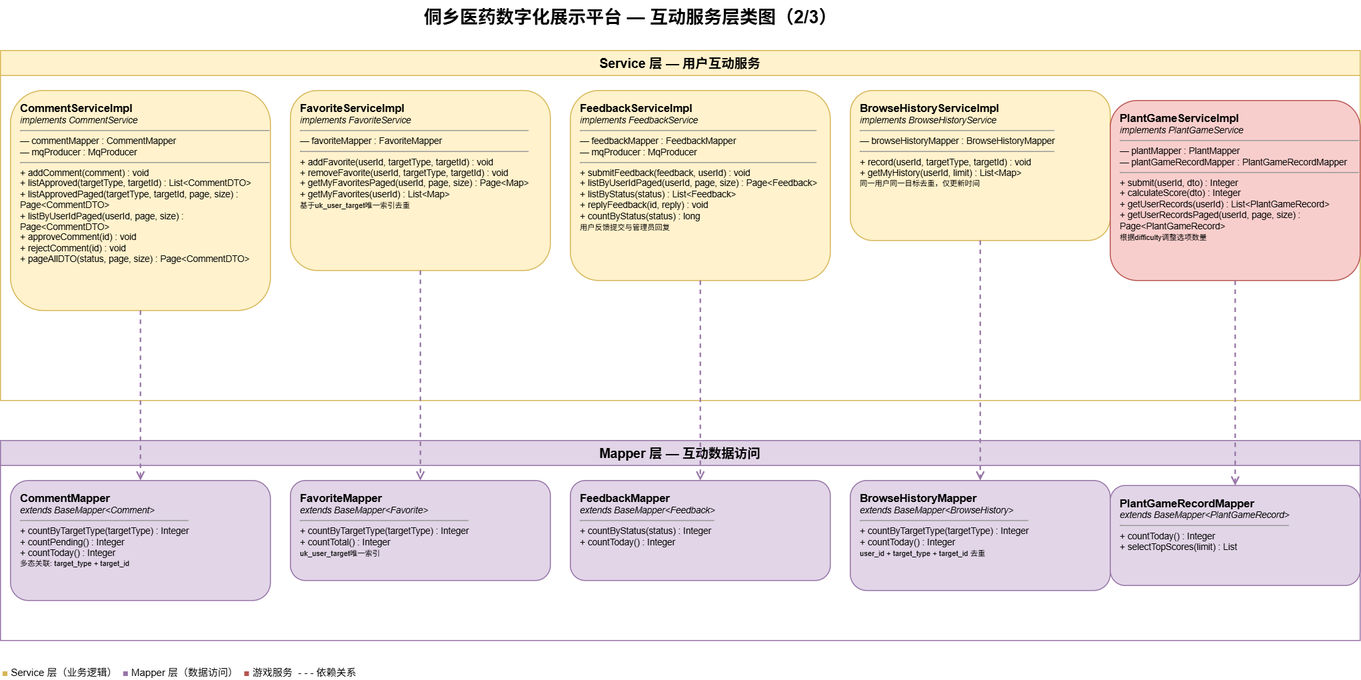
This is docs/diagrams-png/class-service-interaction.drawio.png from yhe3603-star/Graduation-Project, a draw.io export, as it was before one commit. Source tidied: cells renumbered, new cells last; positions are measured from the earlier drawing's top-left corner, leaving out a move shared by most shapes.
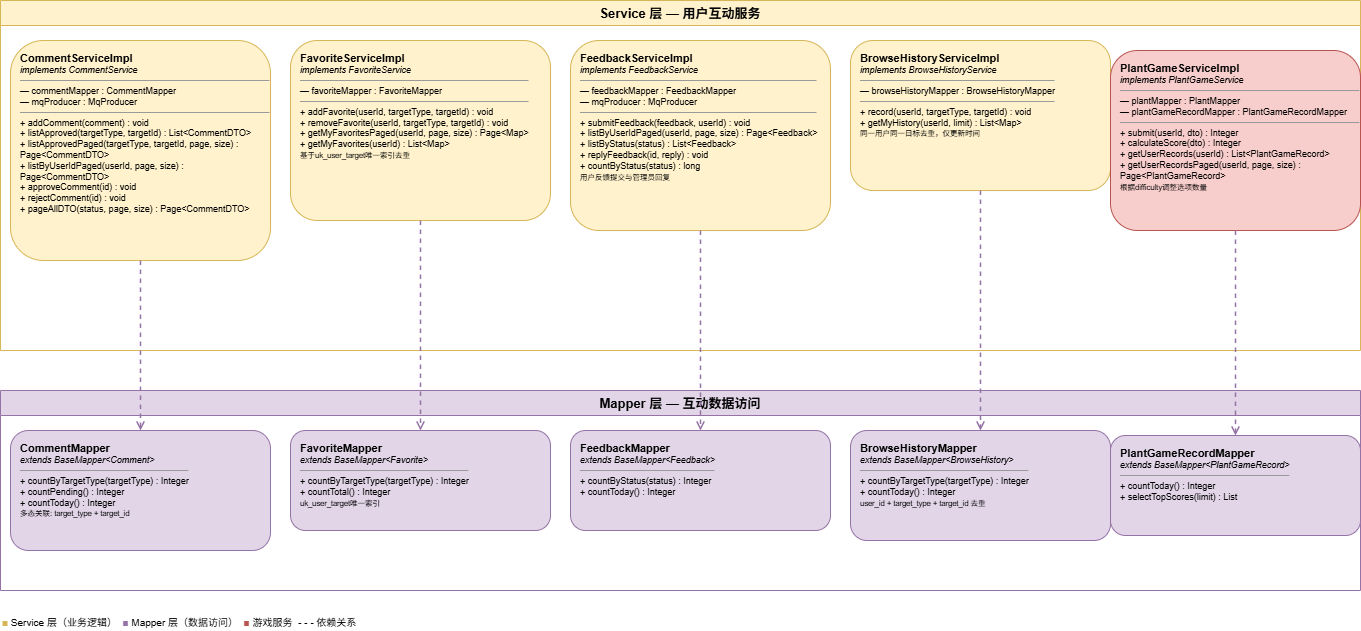
After the change.

Diff of the diagram source:
```diff
@@ -2,9 +2,6 @@
   <root>
     <mxCell id="0" />
     <mxCell id="1" parent="0" />
-    <mxCell id="2" value="侗乡医药数字化展示平台 — 互动服务层类图（2/3）" style="text;html=1;fontSize=18;fontStyle=1;align=center;" parent="1" vertex="1">
-      <mxGeometry x="380" width="500" height="35" as="geometry" />
-    </mxCell>
     <mxCell id="3" value="Service 层 — 用户互动服务" style="swimlane;startSize=25;fillColor=#fff2cc;strokeColor=#d6b656;fontStyle=1;fontSize=13;" parent="1" vertex="1">
       <mxGeometry y="50" width="1360" height="350" as="geometry" />
     </mxCell>
```
